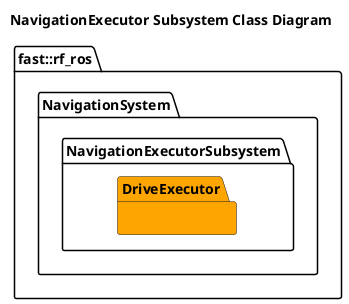
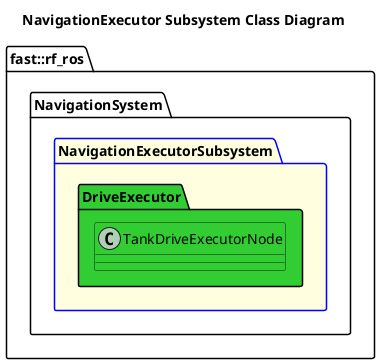
@startuml
title NavigationExecutor Subsystem Class Diagram

namespace fast::rf_ros {
    namespace NavigationSystem {
-         namespace NavigationExecutorSubsystem {
-             package DriveExecutor #Orange {
- 
+         package NavigationExecutorSubsystem #LightYellow;line:blue {
+             namespace DriveExecutor #LimeGreen {
+                  class TankDriveExecutorNode #LimeGreen {}
            }
        }
    }
}
@enduml